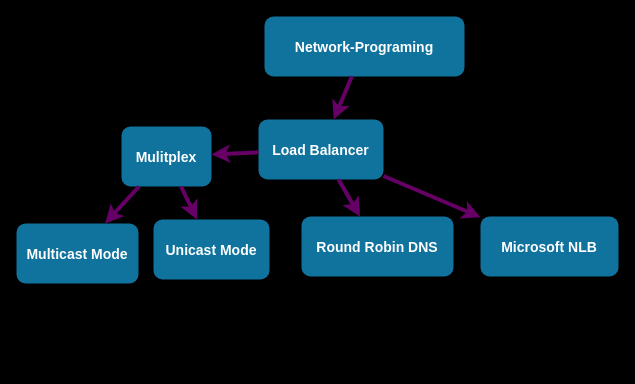
Earlier version of the draw.io diagram Nätverks.drawio (mogggen/Network-tests). Source tidied: cells renumbered, new cells numbered last; positions are measured from the earlier drawing's top-left corner, leaving out a move shared by most shapes. Both pictures are drawn from the tidied source at 100%, with x=0, y=0 at pixel (16, 16).
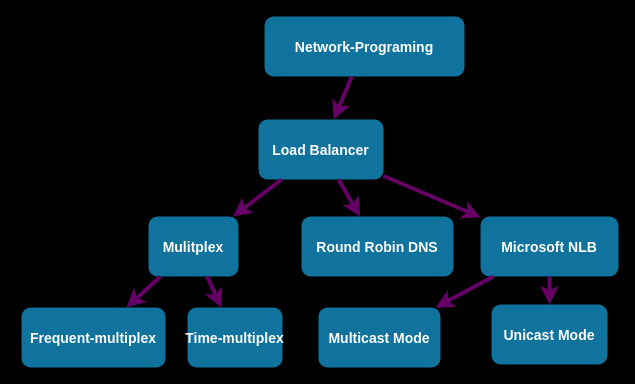
After the change.

Diff of the diagram source:
```diff
@@
 <mxGraphModel background="#000000">
   <root>
     <mxCell id="0" />
     <mxCell id="1" parent="0" />
     <mxCell id="2" value="Network-Programing" style="rounded=1;fillColor=#10739E;strokeColor=none;shadow=1;gradientColor=none;fontStyle=1;fontColor=#FFFFFF;fontSize=14;" parent="1" vertex="1">
       <mxGeometry x="248" width="200" height="60" as="geometry" />
     </mxCell>
     <mxCell id="3" value="Load Balancer" style="rounded=1;fillColor=#10739E;strokeColor=none;shadow=1;gradientColor=none;fontStyle=1;fontColor=#FFFFFF;fontSize=14;" parent="1" vertex="1">
       <mxGeometry x="242" y="103" width="125" height="60" as="geometry" />
     </mxCell>
     <mxCell id="4" value="Round Robin DNS" style="rounded=1;fillColor=#10739E;strokeColor=none;shadow=1;gradientColor=none;fontStyle=1;fontColor=#FFFFFF;fontSize=14;" parent="1" vertex="1">
       <mxGeometry x="285" y="200" width="152" height="60" as="geometry" />
     </mxCell>
     <mxCell id="5" value="Microsoft NLB" style="rounded=1;fillColor=#10739E;strokeColor=none;shadow=1;gradientColor=none;fontStyle=1;fontColor=#FFFFFF;fontSize=14;" parent="1" vertex="1">
       <mxGeometry x="464" y="200" width="138" height="60" as="geometry" />
     </mxCell>
     <mxCell id="6" style="endArrow=classic;html=1;strokeColor=#660066;strokeWidth=4;" parent="1" edge="1" source="3" target="4">
       <mxGeometry relative="1" as="geometry" />
     </mxCell>
     <mxCell id="7" style="endArrow=classic;html=1;strokeColor=#660066;rounded=0;strokeWidth=4;" parent="1" edge="1" source="3" target="5">
       <mxGeometry relative="1" as="geometry" />
     </mxCell>
     <mxCell id="8" style="endArrow=classic;html=1;strokeWidth=4;strokeColor=#660066;" parent="1" edge="1" source="2" target="3">
       <mxGeometry relative="1" as="geometry" />
     </mxCell>
     <mxCell id="9" value="Mulitplex" style="rounded=1;fillColor=#10739E;strokeColor=none;shadow=1;gradientColor=none;fontStyle=1;fontColor=#FFFFFF;fontSize=14;" parent="1" vertex="1">
-      <mxGeometry x="105" y="110" width="90" height="60" as="geometry" />
+      <mxGeometry x="132" y="200" width="90" height="60" as="geometry" />
     </mxCell>
     <mxCell id="10" style="endArrow=classic;html=1;strokeColor=#660066;strokeWidth=4;" parent="1" edge="1" source="3" target="9">
       <mxGeometry relative="1" as="geometry" />
     </mxCell>
     <mxCell id="11" value="Unicast Mode" style="rounded=1;fillColor=#10739E;strokeColor=none;shadow=1;gradientColor=none;fontStyle=1;fontColor=#FFFFFF;fontSize=14;" parent="1" vertex="1">
-      <mxGeometry x="137" y="203" width="116" height="60" as="geometry" />
+      <mxGeometry x="475" y="288" width="116" height="60" as="geometry" />
     </mxCell>
-    <mxCell id="12" style="endArrow=classic;html=1;strokeColor=#660066;strokeWidth=4;" parent="1" edge="1" source="9" target="11">
+    <mxCell id="12" style="endArrow=classic;html=1;strokeColor=#660066;strokeWidth=4;" parent="1" edge="1" source="5" target="11">
       <mxGeometry relative="1" as="geometry" />
     </mxCell>
     <mxCell id="13" value="Multicast Mode" style="rounded=1;fillColor=#10739E;strokeColor=none;shadow=1;gradientColor=none;fontStyle=1;fontColor=#FFFFFF;fontSize=14;" parent="1" vertex="1">
-      <mxGeometry y="207" width="122" height="60" as="geometry" />
+      <mxGeometry x="302" y="291" width="122" height="60" as="geometry" />
     </mxCell>
-    <mxCell id="14" style="endArrow=classic;html=1;strokeColor=#660066;strokeWidth=4;" parent="1" edge="1" source="9" target="13">
+    <mxCell id="14" style="endArrow=classic;html=1;strokeColor=#660066;strokeWidth=4;" parent="1" edge="1" source="5" target="13">
       <mxGeometry relative="1" as="geometry" />
     </mxCell>
+    <mxCell id="15" value="Frequent-multiplex" style="rounded=1;fillColor=#10739E;strokeColor=none;shadow=1;gradientColor=none;fontStyle=1;fontColor=#FFFFFF;fontSize=14;" parent="1" vertex="1">
+      <mxGeometry x="5" y="291" width="144" height="60" as="geometry" />
+    </mxCell>
+    <mxCell id="16" style="endArrow=classic;html=1;strokeColor=#660066;strokeWidth=4;" parent="1" edge="1" source="9" target="15">
+      <mxGeometry relative="1" as="geometry" />
+    </mxCell>
+    <mxCell id="17" value="Time-multiplex" style="rounded=1;fillColor=#10739E;strokeColor=none;shadow=1;gradientColor=none;fontStyle=1;fontColor=#FFFFFF;fontSize=14;" parent="1" vertex="1">
+      <mxGeometry x="171" y="291" width="95" height="60" as="geometry" />
+    </mxCell>
+    <mxCell id="18" style="endArrow=classic;html=1;strokeColor=#660066;strokeWidth=4;" parent="1" edge="1" source="9" target="17">
+      <mxGeometry relative="1" as="geometry" />
+    </mxCell>
   </root>
 </mxGraphModel>
```
